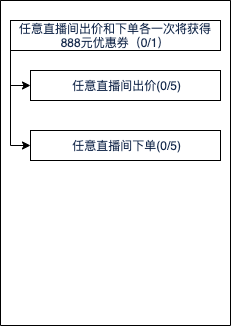
The draw.io diagram task1.png in LuiBu/my-pictures, before a commit. Source tidied: cells renumbered, new cells last; positions are measured from the earlier drawing's top-left corner, leaving out a move shared by most shapes. Its diagram source:
```xml
<mxGraphModel>
  <root>
    <mxCell id="0" />
    <mxCell id="1" parent="0" />
    <mxCell id="2" style="swimlane;startSize=0;" parent="1" vertex="1">
      <mxGeometry width="230" height="325" as="geometry" />
    </mxCell>
    <mxCell id="3" style="edgeStyle=orthogonalEdgeStyle;rounded=0;jettySize=auto;html=1;exitX=0;exitY=1;exitDx=0;exitDy=0;entryX=0;entryY=0.5;entryDx=0;entryDy=0;strokeColor=#000000;" parent="2" edge="1" source="5" target="6">
      <mxGeometry relative="1" as="geometry" />
    </mxCell>
    <mxCell id="4" style="edgeStyle=orthogonalEdgeStyle;rounded=0;jettySize=auto;html=1;exitX=0;exitY=1;exitDx=0;exitDy=0;entryX=0;entryY=0.5;entryDx=0;entryDy=0;strokeColor=#000000;" parent="2" edge="1" source="5" target="7">
      <mxGeometry relative="1" as="geometry" />
    </mxCell>
    <mxCell id="5" value="&lt;span style=&quot;color: rgb(23 , 43 , 77) ; text-align: left ; background-color: rgb(255 , 255 , 255)&quot;&gt;&lt;font style=&quot;font-size: 9px&quot;&gt;任意直播间出价和下单各一次将获得888元优惠券（0/1）&lt;/font&gt;&lt;/span&gt;" style="rounded=0;whiteSpace=wrap;html=1;" parent="2" vertex="1">
      <mxGeometry x="10" y="20" width="210" height="30" as="geometry" />
    </mxCell>
    <mxCell id="6" value="&lt;div style=&quot;text-align: left&quot;&gt;&lt;font color=&quot;#172b4d&quot; size=&quot;1&quot;&gt;&lt;span style=&quot;background-color: rgb(255 , 255 , 255)&quot;&gt;&amp;nbsp;任意直播间出价(0/5)&lt;/span&gt;&lt;/font&gt;&lt;/div&gt;" style="rounded=0;whiteSpace=wrap;html=1;" parent="2" vertex="1">
      <mxGeometry x="30" y="70" width="190" height="30" as="geometry" />
    </mxCell>
    <mxCell id="7" value="&lt;div style=&quot;text-align: left&quot;&gt;&lt;font color=&quot;#172b4d&quot; size=&quot;1&quot;&gt;&lt;span style=&quot;background-color: rgb(255 , 255 , 255)&quot;&gt;&amp;nbsp;任意直播间下单(0/5)&lt;/span&gt;&lt;/font&gt;&lt;/div&gt;" style="rounded=0;whiteSpace=wrap;html=1;" parent="2" vertex="1">
      <mxGeometry x="30" y="130" width="190" height="30" as="geometry" />
    </mxCell>
  </root>
</mxGraphModel>
```
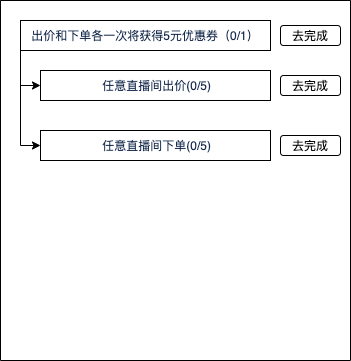
After the change.

Change to the diagram source:
```diff
@@ -2,8 +2,8 @@
   <root>
     <mxCell id="0" />
     <mxCell id="1" parent="0" />
-    <mxCell id="2" style="swimlane;startSize=0;" parent="1" vertex="1">
-      <mxGeometry width="230" height="325" as="geometry" />
+    <mxCell id="2" style="swimlane;startSize=0;swimlaneFillColor=none;" parent="1" vertex="1">
+      <mxGeometry width="350" height="360" as="geometry" />
     </mxCell>
     <mxCell id="3" style="edgeStyle=orthogonalEdgeStyle;rounded=0;jettySize=auto;html=1;exitX=0;exitY=1;exitDx=0;exitDy=0;entryX=0;entryY=0.5;entryDx=0;entryDy=0;strokeColor=#000000;" parent="2" edge="1" source="5" target="6">
       <mxGeometry relative="1" as="geometry" />
@@ -11,14 +11,23 @@
     <mxCell id="4" style="edgeStyle=orthogonalEdgeStyle;rounded=0;jettySize=auto;html=1;exitX=0;exitY=1;exitDx=0;exitDy=0;entryX=0;entryY=0.5;entryDx=0;entryDy=0;strokeColor=#000000;" parent="2" edge="1" source="5" target="7">
       <mxGeometry relative="1" as="geometry" />
     </mxCell>
-    <mxCell id="5" value="&lt;span style=&quot;color: rgb(23 , 43 , 77) ; text-align: left ; background-color: rgb(255 , 255 , 255)&quot;&gt;&lt;font style=&quot;font-size: 9px&quot;&gt;任意直播间出价和下单各一次将获得888元优惠券（0/1）&lt;/font&gt;&lt;/span&gt;" style="rounded=0;whiteSpace=wrap;html=1;" parent="2" vertex="1">
-      <mxGeometry x="10" y="20" width="210" height="30" as="geometry" />
+    <mxCell id="5" value="&lt;span style=&quot;color: rgb(23 , 43 , 77) ; text-align: left ; background-color: rgb(255 , 255 , 255)&quot;&gt;&lt;font style=&quot;font-size: 11px&quot;&gt;出价和下单各一次将获得5元优惠券（0/1）&lt;/font&gt;&lt;/span&gt;" style="rounded=0;whiteSpace=wrap;html=1;" parent="2" vertex="1">
+      <mxGeometry x="20" y="20" width="250" height="30" as="geometry" />
     </mxCell>
     <mxCell id="6" value="&lt;div style=&quot;text-align: left&quot;&gt;&lt;font color=&quot;#172b4d&quot; size=&quot;1&quot;&gt;&lt;span style=&quot;background-color: rgb(255 , 255 , 255)&quot;&gt;&amp;nbsp;任意直播间出价(0/5)&lt;/span&gt;&lt;/font&gt;&lt;/div&gt;" style="rounded=0;whiteSpace=wrap;html=1;" parent="2" vertex="1">
-      <mxGeometry x="30" y="70" width="190" height="30" as="geometry" />
+      <mxGeometry x="40" y="70" width="230" height="30" as="geometry" />
     </mxCell>
     <mxCell id="7" value="&lt;div style=&quot;text-align: left&quot;&gt;&lt;font color=&quot;#172b4d&quot; size=&quot;1&quot;&gt;&lt;span style=&quot;background-color: rgb(255 , 255 , 255)&quot;&gt;&amp;nbsp;任意直播间下单(0/5)&lt;/span&gt;&lt;/font&gt;&lt;/div&gt;" style="rounded=0;whiteSpace=wrap;html=1;" parent="2" vertex="1">
-      <mxGeometry x="30" y="130" width="190" height="30" as="geometry" />
+      <mxGeometry x="40" y="130" width="230" height="30" as="geometry" />
     </mxCell>
+    <mxCell id="8" value="去完成" style="rounded=1;whiteSpace=wrap;html=1;" parent="2" vertex="1">
+      <mxGeometry x="280" y="25" width="60" height="20" as="geometry" />
+    </mxCell>
+    <mxCell id="9" value="去完成" style="rounded=1;whiteSpace=wrap;html=1;" parent="2" vertex="1">
+      <mxGeometry x="280" y="75" width="60" height="20" as="geometry" />
+    </mxCell>
+    <mxCell id="10" value="去完成" style="rounded=1;whiteSpace=wrap;html=1;" parent="2" vertex="1">
+      <mxGeometry x="280" y="135" width="60" height="20" as="geometry" />
+    </mxCell>
   </root>
 </mxGraphModel>
```
